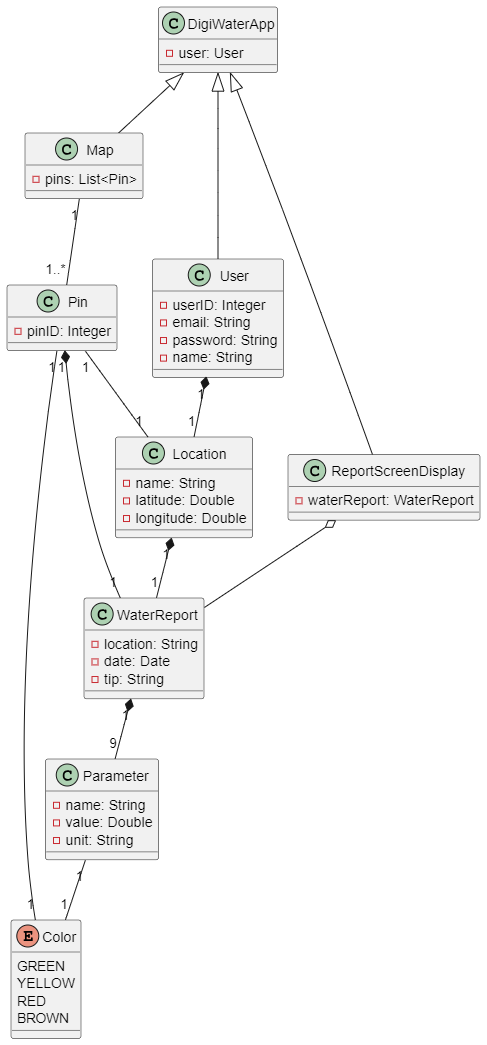
Earlier version of the PlantUML export READMEresources/DomainModel.png (FEUP-LEIC-ES-2023-24/2LEIC03T3). Its source is kept beside it as UMLdiagrams/DomainModel.wsd.
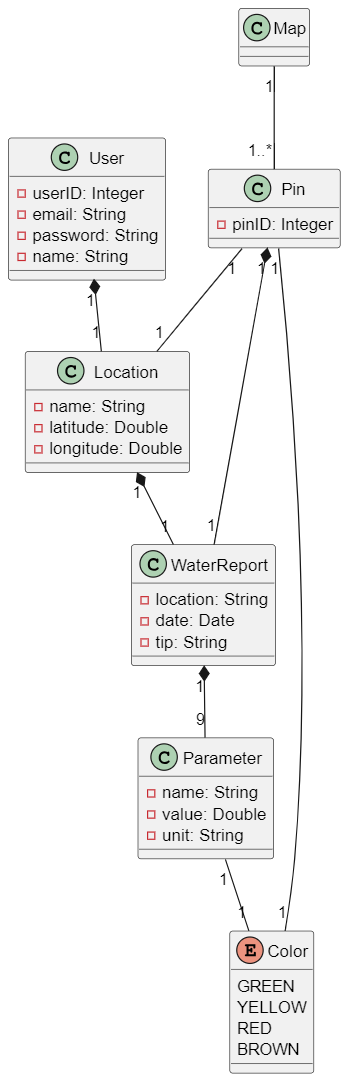
Later version of the same file.

Commit message:
domain model updated

Change to the diagram source:
```diff
@@ -32,28 +32,15 @@
     BROWN
 }
 
-class DigiWaterApp {
-    - user: User
-}
-
 class Map {
-    - pins: List<Pin>
 }
 
 class Pin {
     - pinID: Integer
 }
 
-class ReportScreenDisplay {
-    - waterReport: WaterReport
-}
-
-DigiWaterApp <|-- User
-DigiWaterApp <|-- Map
-DigiWaterApp <|-- ReportScreenDisplay
 User "1" *-- "1" Location
 WaterReport "1" *-- "9" Parameter
-ReportScreenDisplay o-- WaterReport
 Parameter "1" -- "1" Color
 Map "1" -- "1..*" Pin
 Pin "1" *-- "1" WaterReport
```
